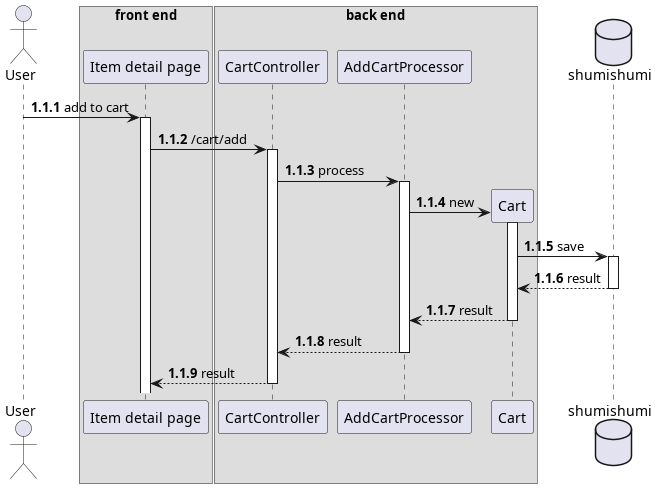
aldihsuhandi/skripsi-2023 keeps this PlantUML diagram as thesis/latex/diagram/sequence diagram/13. cart/add to cart/add to cart.png. Above is the earlier version.
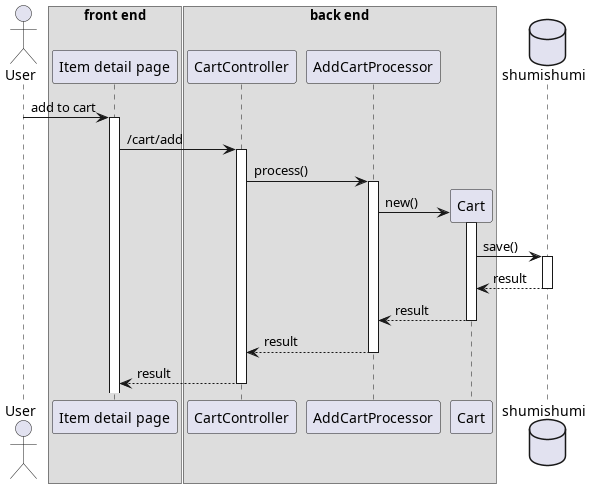
After the commit.

What changed in the source:
```diff
@@ -1,5 +1,4 @@
 @startuml template
-autonumber 1.1.1
 
 actor User as u
 
@@ -19,11 +18,11 @@
 
 u -> detail++ : add to cart
 detail -> wc++ : /cart/add
-wc -> addproc++ : process
+wc -> addproc++ : process()
 
 create cm
-addproc -> cm++ : new
-cm -> db++ : save
+addproc -> cm++ : new()
+cm -> db++ : save()
 return result
 return result
 return result
```
